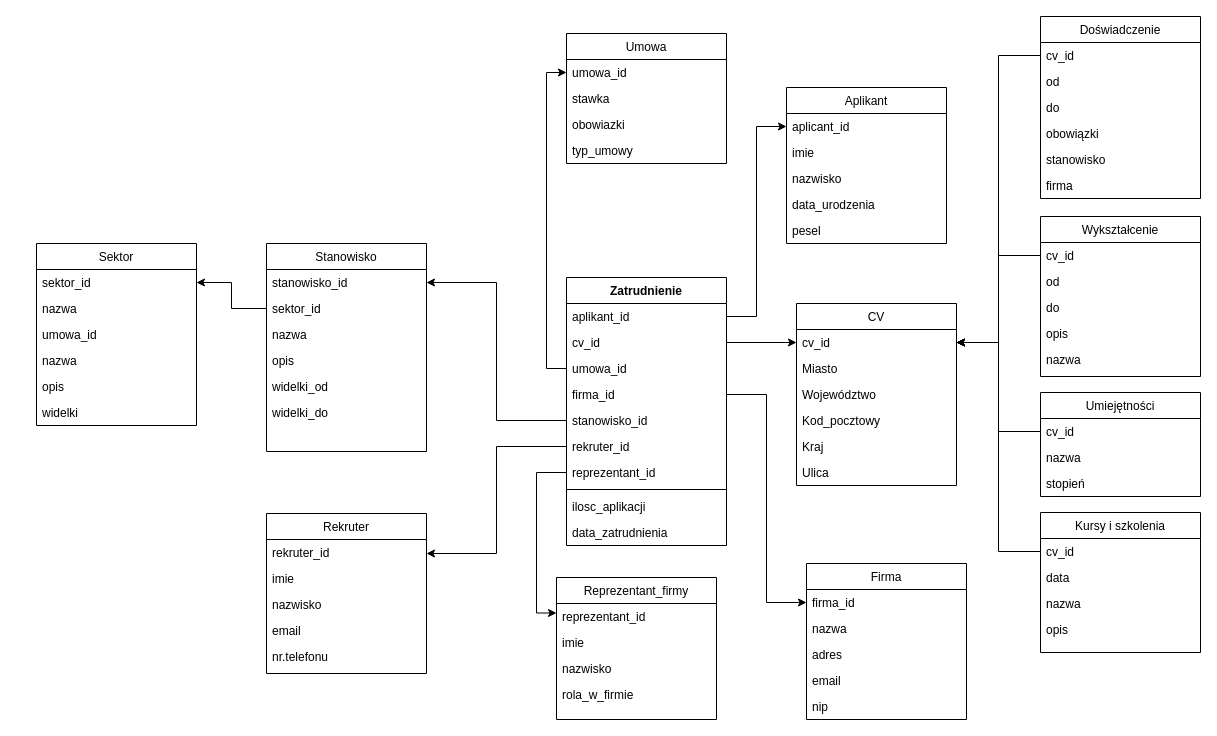
Paros998/ConverterJava keeps this draw.io diagram as Diagram bez tytułu.drawio. Above is the earlier version. Source tidied: cells renumbered, new cells numbered last; positions are measured from the earlier drawing's top-left corner, leaving out a move shared by most shapes. Both pictures are drawn from the tidied source at 100%, with x=0, y=0 at pixel (36, 16).
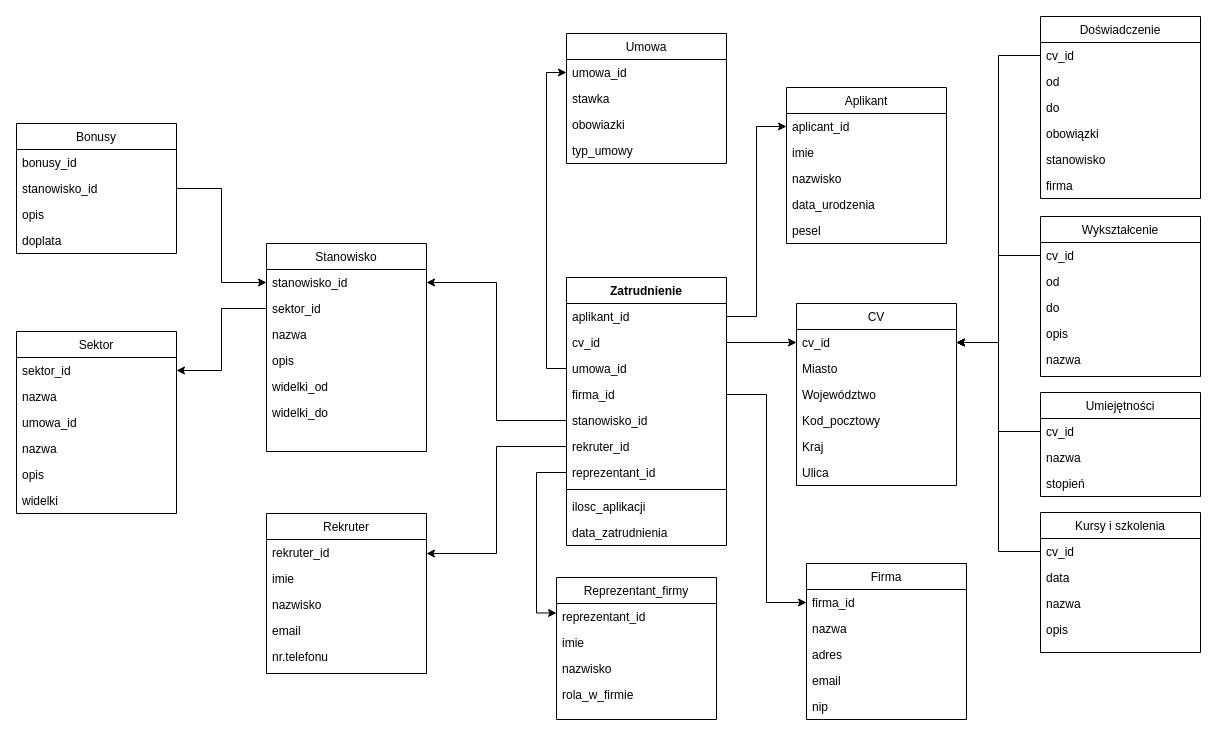
The same page after the edit.

Unchanged cells that the change refers to:
```xml
<mxCell id="61" value="stanowisko_id" style="text;align=left;verticalAlign=top;spacingLeft=4;spacingRight=4;overflow=hidden;points=[[0,0.5],[1,0.5]];portConstraint=eastwest;" parent="60" vertex="1">
  <mxGeometry y="26" width="160" height="26" as="geometry" />
</mxCell>
```

What changed in the source:
```diff
@@
     <mxCell id="67" value="Sektor" style="swimlane;fontStyle=0;align=center;verticalAlign=top;horizontal=1;startSize=26;rounded=0;shadow=0;strokeWidth=1;" parent="1" vertex="1">
-      <mxGeometry y="227" width="160" height="182" as="geometry" />
+      <mxGeometry x="-20" y="315" width="160" height="182" as="geometry" />
     </mxCell>
@@
+    <mxCell id="97" value="Bonusy" style="swimlane;fontStyle=0;align=center;verticalAlign=top;horizontal=1;startSize=26;rounded=0;shadow=0;strokeWidth=1;" parent="1" vertex="1">
+      <mxGeometry x="-20" y="107" width="160" height="130" as="geometry" />
+    </mxCell>
+    <mxCell id="98" value="bonusy_id" style="text;align=left;verticalAlign=top;spacingLeft=4;spacingRight=4;overflow=hidden;" parent="97" vertex="1">
+      <mxGeometry y="26" width="160" height="26" as="geometry" />
+    </mxCell>
+    <mxCell id="99" value="stanowisko_id" style="text;align=left;verticalAlign=top;spacingLeft=4;spacingRight=4;overflow=hidden;points=[[0,0.5],[1,0.5]];portConstraint=eastwest;" parent="97" vertex="1">
+      <mxGeometry y="52" width="160" height="26" as="geometry" />
+    </mxCell>
+    <mxCell id="100" value="opis" style="text;align=left;verticalAlign=top;spacingLeft=4;spacingRight=4;overflow=hidden;rounded=0;shadow=0;html=0;" parent="97" vertex="1">
+      <mxGeometry y="78" width="160" height="26" as="geometry" />
+    </mxCell>
+    <mxCell id="101" value="doplata" style="text;align=left;verticalAlign=top;spacingLeft=4;spacingRight=4;overflow=hidden;rounded=0;shadow=0;html=0;" parent="97" vertex="1">
+      <mxGeometry y="104" width="160" height="26" as="geometry" />
+    </mxCell>
+    <mxCell id="102" style="edgeStyle=orthogonalEdgeStyle;rounded=0;jettySize=auto;html=1;exitX=1;exitY=0.5;exitDx=0;exitDy=0;entryX=0;entryY=0.5;entryDx=0;entryDy=0;" parent="1" edge="1" source="99" target="61">
+      <mxGeometry relative="1" as="geometry" />
+    </mxCell>
```
